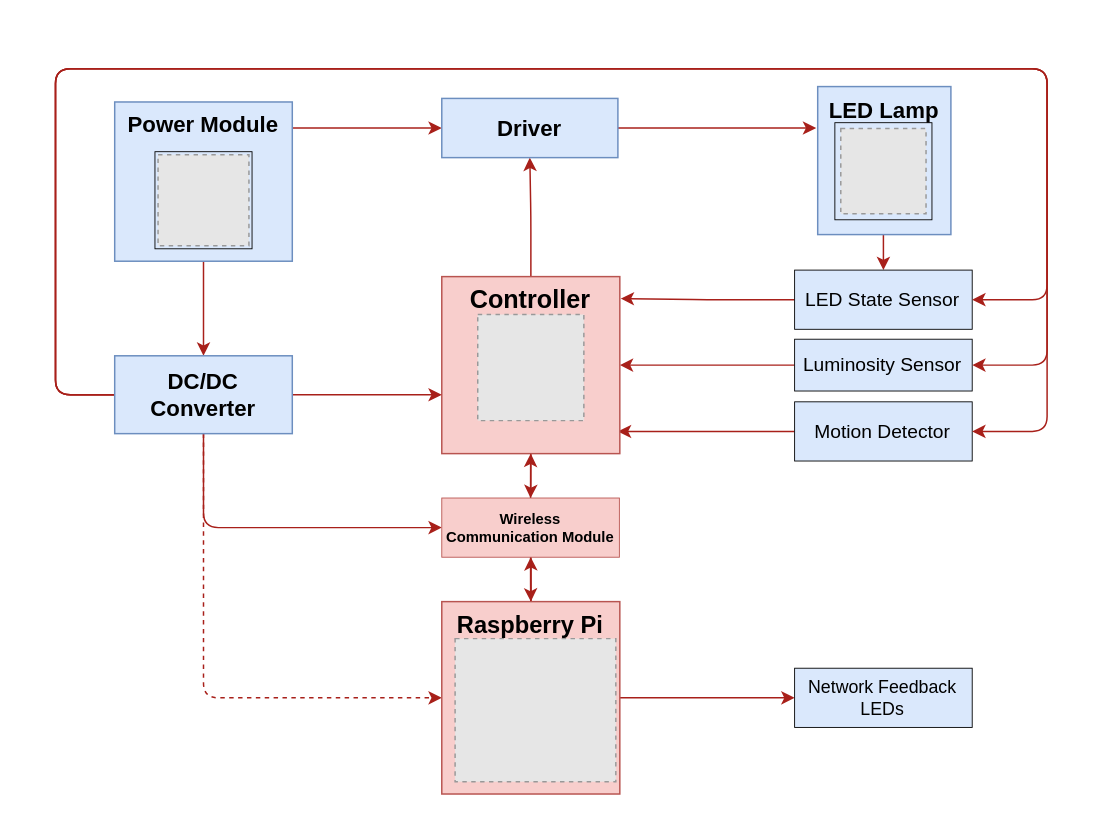
Above: page "hw_arch" (3 of 4) of project/report/flowcharts/system_overview.drawio in ESRGgroup9/slipad (draw.io), before the change. Source tidied: cells renumbered, new cells numbered last; positions are measured from the earlier drawing's top-left corner, leaving out a move shared by most shapes. Both pictures are drawn from the tidied source at 148%, with x=0, y=0 at pixel (55, 68). Pictures stored in the file or linked from it are replaced by grey dashed boxes.
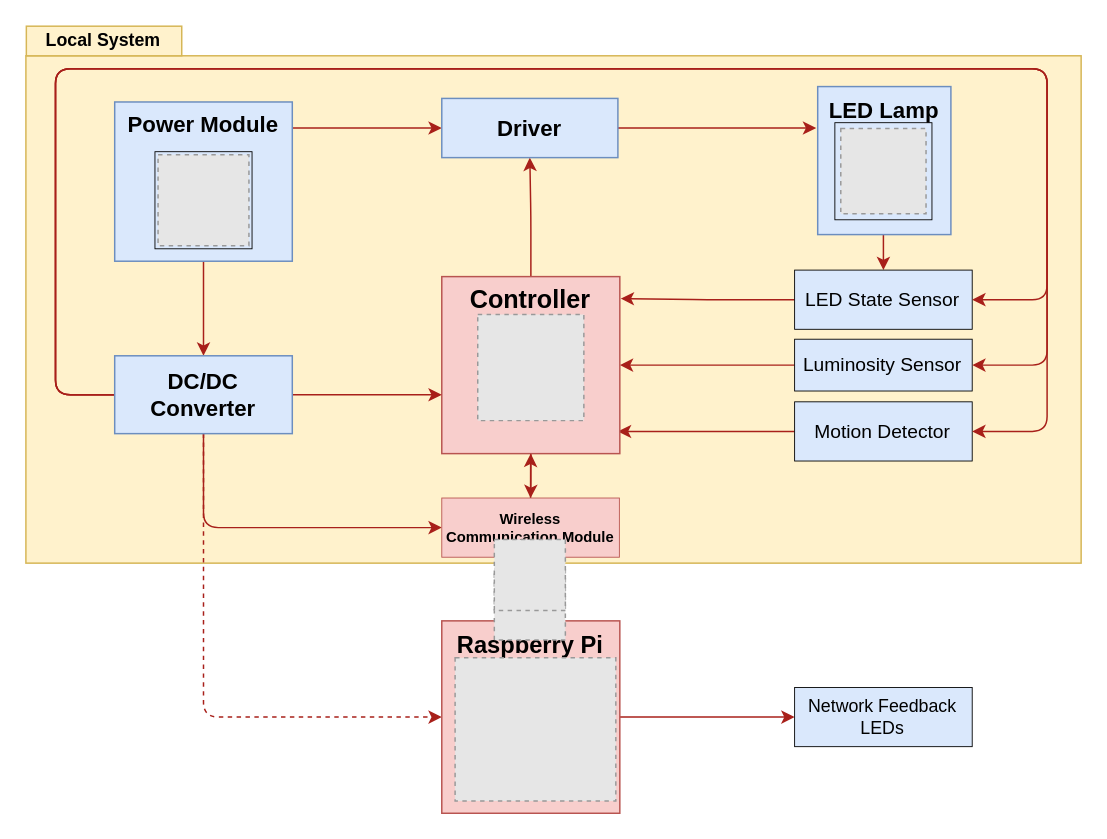
After the change.

The change refers to these unchanged cells:
```xml
<mxCell id="24" value="&lt;div style=&quot;font-size: 15px;&quot;&gt;DC/DC &lt;br style=&quot;font-size: 15px;&quot;&gt;&lt;/div&gt;&lt;div style=&quot;font-size: 15px;&quot;&gt;Converter&lt;br style=&quot;font-size: 15px;&quot;&gt;&lt;/div&gt;" style="rounded=0;whiteSpace=wrap;html=1;fillColor=#dae8fc;strokeColor=#6c8ebf;fontColor=default;fontStyle=1;verticalAlign=middle;fontSize=15;" parent="1" vertex="1">
  <mxGeometry x="40" y="193.9" width="120" height="52.6" as="geometry" />
</mxCell>
<mxCell id="36" value="Wireless Communication Module" style="text;html=1;strokeColor=#b85450;fillColor=#f8cecc;align=center;verticalAlign=middle;whiteSpace=wrap;rounded=0;sketch=0;fontSize=10;strokeWidth=0.6;fontStyle=1;labelBackgroundColor=none;labelBorderColor=none;fontColor=default;" parent="1" vertex="1">
  <mxGeometry x="261" y="290" width="120" height="40" as="geometry" />
</mxCell>
```

Change to the diagram source:
```diff
@@
+    <mxCell id="39" style="rounded=0;whiteSpace=wrap;html=1;fillColor=#fff2cc;strokeColor=#d6b656;fontColor=default;" parent="1" vertex="1">
+      <mxGeometry x="-20" y="-8.8" width="713" height="342.8" as="geometry" />
+    </mxCell>
@@
     <mxCell id="23" style="edgeStyle=orthogonalEdgeStyle;rounded=1;jettySize=auto;html=1;entryX=0;entryY=0.5;entryDx=0;entryDy=0;labelBackgroundColor=default;labelBorderColor=default;fontSize=13;fontColor=default;strokeColor=#A8201A;dashed=1;" parent="1" edge="1" source="24" target="31">
       <mxGeometry relative="1" as="geometry">
         <Array as="points">
-          <mxPoint x="100" y="425" />
+          <mxPoint x="100" y="438" />
         </Array>
       </mxGeometry>
     </mxCell>
@@
-    <mxCell id="28" style="edgeStyle=orthogonalEdgeStyle;rounded=1;jettySize=auto;html=1;labelBackgroundColor=default;labelBorderColor=default;fontSize=10;fontColor=default;strokeColor=#A8201A;" parent="1" edge="1" source="31">
-      <mxGeometry relative="1" as="geometry">
-        <mxPoint x="321.1" y="320" as="targetPoint" />
-      </mxGeometry>
-    </mxCell>
-    <mxCell id="29" style="edgeStyle=orthogonalEdgeStyle;rounded=1;jettySize=auto;html=1;labelBackgroundColor=default;labelBorderColor=default;fontSize=10;fontColor=default;strokeColor=#A8201A;" parent="1" edge="1" source="31">
-      <mxGeometry relative="1" as="geometry">
-        <mxPoint x="321.1" y="330" as="targetPoint" />
-      </mxGeometry>
-    </mxCell>
     <mxCell id="30" style="edgeStyle=orthogonalEdgeStyle;rounded=1;jettySize=auto;html=1;entryX=0;entryY=0.5;entryDx=0;entryDy=0;labelBackgroundColor=default;labelBorderColor=default;fontSize=10;fontColor=default;strokeColor=#A8201A;" parent="1" edge="1" source="31" target="37">
       <mxGeometry relative="1" as="geometry">
         <Array as="points">
-          <mxPoint x="470" y="425" />
-          <mxPoint x="470" y="425" />
+          <mxPoint x="470" y="438" />
+          <mxPoint x="470" y="438" />
         </Array>
       </mxGeometry>
     </mxCell>
     <mxCell id="31" value="Raspberry Pi" style="rounded=0;whiteSpace=wrap;html=1;fillColor=#f8cecc;strokeColor=#b85450;fontColor=default;verticalAlign=top;fontStyle=1;labelBackgroundColor=none;labelBorderColor=none;fontSize=16;" parent="1" vertex="1">
-      <mxGeometry x="261" y="360" width="120.3" height="130" as="geometry" />
+      <mxGeometry x="261" y="373" width="120.3" height="130" as="geometry" />
     </mxCell>
@@
-    <mxCell id="34" style="edgeStyle=orthogonalEdgeStyle;rounded=1;jettySize=auto;html=1;labelBackgroundColor=default;labelBorderColor=default;fontSize=10;fontColor=default;strokeColor=#A8201A;" parent="1" edge="1" source="36" target="31">
-      <mxGeometry relative="1" as="geometry" />
-    </mxCell>
@@
     <mxCell id="37" value="Network Feedback LEDs" style="text;html=1;strokeColor=#000000;fillColor=#dae8fc;align=center;verticalAlign=middle;whiteSpace=wrap;rounded=0;sketch=0;fontSize=12;strokeWidth=0.6;fontColor=default;fontStyle=0;labelBackgroundColor=none;labelBorderColor=none;" parent="1" vertex="1">
-      <mxGeometry x="499.4" y="405" width="120" height="40" as="geometry" />
+      <mxGeometry x="499.4" y="418" width="120" height="40" as="geometry" />
     </mxCell>
     <mxCell id="38" style="fillColor=#E6E6E6;strokeColor=#999999;dashed=1;verticalLabelPosition=bottom;labelBackgroundColor=#ffffff;verticalAlign=top;fontColor=default;" parent="1" vertex="1">
-      <mxGeometry x="270" y="385" width="108.6" height="96.7" as="geometry" />
+      <mxGeometry x="270" y="398" width="108.6" height="96.7" as="geometry" />
     </mxCell>
+    <mxCell id="40" style="fillColor=#E6E6E6;strokeColor=#999999;dashed=1;verticalLabelPosition=bottom;labelBackgroundColor=#ffffff;verticalAlign=top;fontColor=default;rotation=-180;" parent="1" vertex="1">
+      <mxGeometry x="296.5" y="338" width="48" height="48" as="geometry" />
+    </mxCell>
+    <mxCell id="41" style="fillColor=#E6E6E6;strokeColor=#999999;dashed=1;verticalLabelPosition=bottom;labelBackgroundColor=#ffffff;verticalAlign=top;fontColor=default;rotation=0;" parent="1" vertex="1">
+      <mxGeometry x="296.5" y="318" width="48" height="48" as="geometry" />
+    </mxCell>
+    <mxCell id="42" value="Local System" style="text;html=1;strokeColor=#d6b656;fillColor=#fff2cc;align=center;verticalAlign=middle;whiteSpace=wrap;rounded=0;sketch=0;fontStyle=1;fontColor=default;" parent="1" vertex="1">
+      <mxGeometry x="-19.7" y="-28.8" width="105" height="20" as="geometry" />
+    </mxCell>
```
